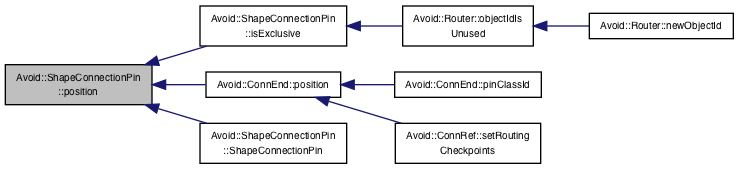
Above: documentation/classAvoid_1_1ShapeConnectionPin_a68fb685af93fee972b116334b0d314fa_icgraph.png in mjwybrow/adaptagrams (Graphviz), before the change. Its source is kept beside it as documentation/classAvoid_1_1ShapeConnectionPin_a68fb685af93fee972b116334b0d314fa_icgraph.dot. Source of this version:
```dot
digraph "Avoid::ShapeConnectionPin::position"
{
  edge [fontname="Helvetica",fontsize="10",labelfontname="Helvetica",labelfontsize="10"];
  node [fontname="Helvetica",fontsize="10",shape=record];
  rankdir="LR";
  Node44 [label="Avoid::ShapeConnectionPin\l::position",height=0.2,width=0.4,color="black", fillcolor="grey75", style="filled", fontcolor="black"];
  Node44 -> Node45 [dir="back",color="midnightblue",fontsize="10",style="solid",fontname="Helvetica"];
  Node45 [label="Avoid::ShapeConnectionPin\l::isExclusive",height=0.2,width=0.4,color="black", fillcolor="white", style="filled",URL="$classAvoid_1_1ShapeConnectionPin.html#adac2cb72fa0d78dd8cb77b292519bd6c",tooltip="Returns whether the connection pin is exclusive, i.e., only one connector can attach to it..."];
  Node45 -> Node46 [dir="back",color="midnightblue",fontsize="10",style="solid",fontname="Helvetica"];
  Node46 [label="Avoid::Router::objectIdIs\lUnused",height=0.2,width=0.4,color="black", fillcolor="white", style="filled",URL="$classAvoid_1_1Router.html#a8f36729c98e13e57d2c56c0d1facf86c",tooltip="Returns whether or not the given ID is already used. "];
  Node46 -> Node47 [dir="back",color="midnightblue",fontsize="10",style="solid",fontname="Helvetica"];
  Node47 [label="Avoid::Router::newObjectId",height=0.2,width=0.4,color="black", fillcolor="white", style="filled",URL="$classAvoid_1_1Router.html#a202c28fcb04f7af2183fe6849b4ce2f3",tooltip="Returns the object ID used for automatically generated objects, such as during hyperedge routing..."];
  Node44 -> Node48 [dir="back",color="midnightblue",fontsize="10",style="solid",fontname="Helvetica"];
  Node48 [label="Avoid::ConnEnd::position",height=0.2,width=0.4,color="black", fillcolor="white", style="filled",URL="$classAvoid_1_1ConnEnd.html#a351619dda450b525bedec4667edee9d7",tooltip="Returns the position of this connector endpoint. "];
  Node48 -> Node49 [dir="back",color="midnightblue",fontsize="10",style="solid",fontname="Helvetica"];
  Node49 [label="Avoid::ConnEnd::pinClassId",height=0.2,width=0.4,color="black", fillcolor="white", style="filled",URL="$classAvoid_1_1ConnEnd.html#a31f741b5d8a86e0a8c4803475c674e8b",tooltip="Returns the pin class ID for a ConnEnd attached to a shape. "];
  Node48 -> Node50 [dir="back",color="midnightblue",fontsize="10",style="solid",fontname="Helvetica"];
  Node50 [label="Avoid::ConnRef::setRouting\lCheckpoints",height=0.2,width=0.4,color="black", fillcolor="white", style="filled",URL="$classAvoid_1_1ConnRef.html#a7fc22448cc52a1b060f62bcc00d1bb93",tooltip="Allows the user to specify a set of checkpoints that this connector will route via. "];
  Node44 -> Node51 [dir="back",color="midnightblue",fontsize="10",style="solid",fontname="Helvetica"];
  Node51 [label="Avoid::ShapeConnectionPin\l::ShapeConnectionPin",height=0.2,width=0.4,color="black", fillcolor="white", style="filled",URL="$classAvoid_1_1ShapeConnectionPin.html#ae267734eb3641c366595b488d21e4784",tooltip="Constructs a ShapeConnectionPin at a specified absolute or proportional position relative to the pare..."];
}
```
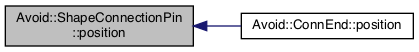
Above is the later version.

Diff of the diagram source:
```diff
@@ -3,19 +3,7 @@
   edge [fontname="Helvetica",fontsize="10",labelfontname="Helvetica",labelfontsize="10"];
   node [fontname="Helvetica",fontsize="10",shape=record];
   rankdir="LR";
-  Node44 [label="Avoid::ShapeConnectionPin\l::position",height=0.2,width=0.4,color="black", fillcolor="grey75", style="filled", fontcolor="black"];
-  Node44 -> Node45 [dir="back",color="midnightblue",fontsize="10",style="solid",fontname="Helvetica"];
-  Node45 [label="Avoid::ShapeConnectionPin\l::isExclusive",height=0.2,width=0.4,color="black", fillcolor="white", style="filled",URL="$classAvoid_1_1ShapeConnectionPin.html#adac2cb72fa0d78dd8cb77b292519bd6c",tooltip="Returns whether the connection pin is exclusive, i.e., only one connector can attach to it..."];
-  Node45 -> Node46 [dir="back",color="midnightblue",fontsize="10",style="solid",fontname="Helvetica"];
-  Node46 [label="Avoid::Router::objectIdIs\lUnused",height=0.2,width=0.4,color="black", fillcolor="white", style="filled",URL="$classAvoid_1_1Router.html#a8f36729c98e13e57d2c56c0d1facf86c",tooltip="Returns whether or not the given ID is already used. "];
-  Node46 -> Node47 [dir="back",color="midnightblue",fontsize="10",style="solid",fontname="Helvetica"];
-  Node47 [label="Avoid::Router::newObjectId",height=0.2,width=0.4,color="black", fillcolor="white", style="filled",URL="$classAvoid_1_1Router.html#a202c28fcb04f7af2183fe6849b4ce2f3",tooltip="Returns the object ID used for automatically generated objects, such as during hyperedge routing..."];
-  Node44 -> Node48 [dir="back",color="midnightblue",fontsize="10",style="solid",fontname="Helvetica"];
-  Node48 [label="Avoid::ConnEnd::position",height=0.2,width=0.4,color="black", fillcolor="white", style="filled",URL="$classAvoid_1_1ConnEnd.html#a351619dda450b525bedec4667edee9d7",tooltip="Returns the position of this connector endpoint. "];
-  Node48 -> Node49 [dir="back",color="midnightblue",fontsize="10",style="solid",fontname="Helvetica"];
-  Node49 [label="Avoid::ConnEnd::pinClassId",height=0.2,width=0.4,color="black", fillcolor="white", style="filled",URL="$classAvoid_1_1ConnEnd.html#a31f741b5d8a86e0a8c4803475c674e8b",tooltip="Returns the pin class ID for a ConnEnd attached to a shape. "];
-  Node48 -> Node50 [dir="back",color="midnightblue",fontsize="10",style="solid",fontname="Helvetica"];
-  Node50 [label="Avoid::ConnRef::setRouting\lCheckpoints",height=0.2,width=0.4,color="black", fillcolor="white", style="filled",URL="$classAvoid_1_1ConnRef.html#a7fc22448cc52a1b060f62bcc00d1bb93",tooltip="Allows the user to specify a set of checkpoints that this connector will route via. "];
-  Node44 -> Node51 [dir="back",color="midnightblue",fontsize="10",style="solid",fontname="Helvetica"];
-  Node51 [label="Avoid::ShapeConnectionPin\l::ShapeConnectionPin",height=0.2,width=0.4,color="black", fillcolor="white", style="filled",URL="$classAvoid_1_1ShapeConnectionPin.html#ae267734eb3641c366595b488d21e4784",tooltip="Constructs a ShapeConnectionPin at a specified absolute or proportional position relative to the pare..."];
+  Node17 [label="Avoid::ShapeConnectionPin\l::position",height=0.2,width=0.4,color="black", fillcolor="grey75", style="filled", fontcolor="black"];
+  Node17 -> Node18 [dir="back",color="midnightblue",fontsize="10",style="solid",fontname="Helvetica"];
+  Node18 [label="Avoid::ConnEnd::position",height=0.2,width=0.4,color="black", fillcolor="white", style="filled",URL="$classAvoid_1_1ConnEnd.html#a351619dda450b525bedec4667edee9d7",tooltip="Returns the position of this connector endpoint. "];
 }
```
